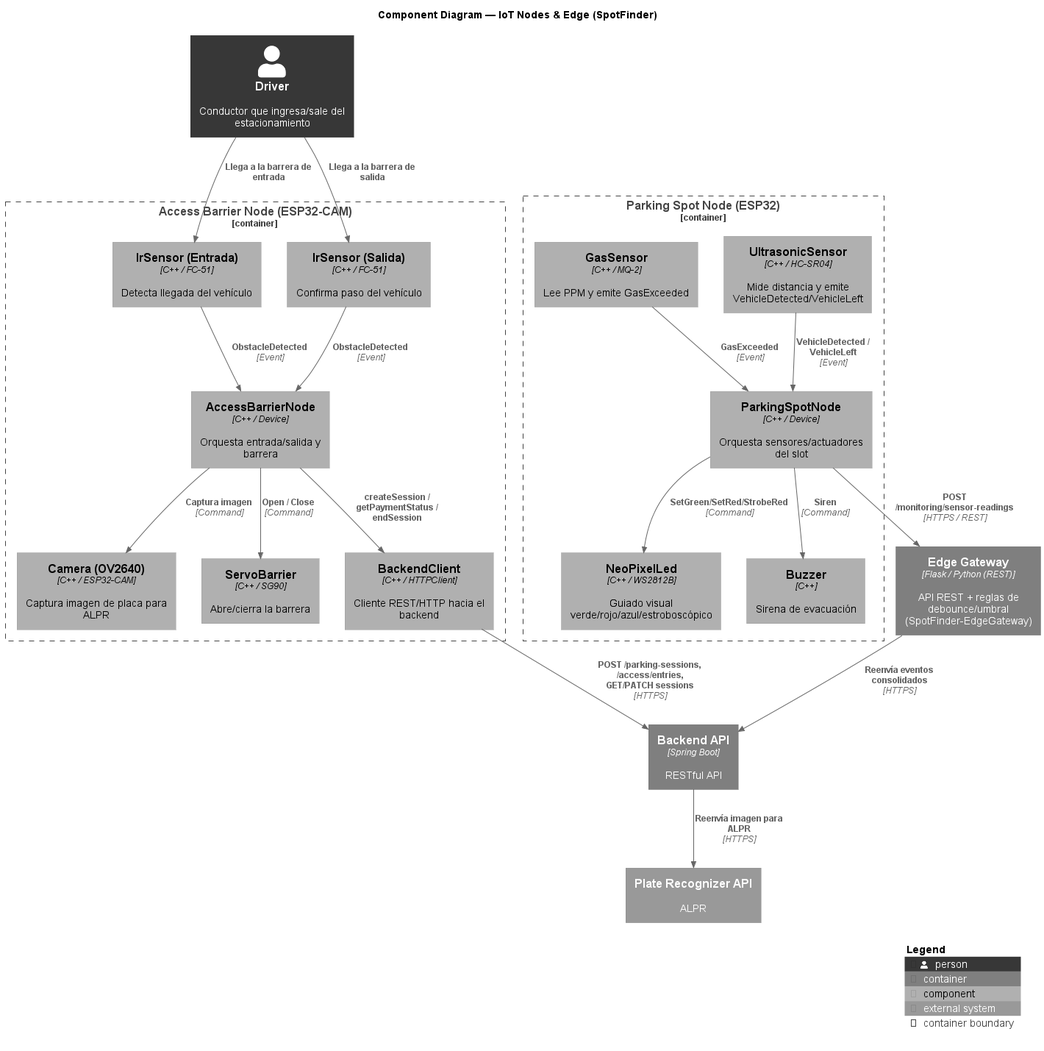
The PlantUML diagram assets/diagrams/c4/spotfinder-iot-component.png in ParkSenseIoT/SpotFinder-Report, before a commit.
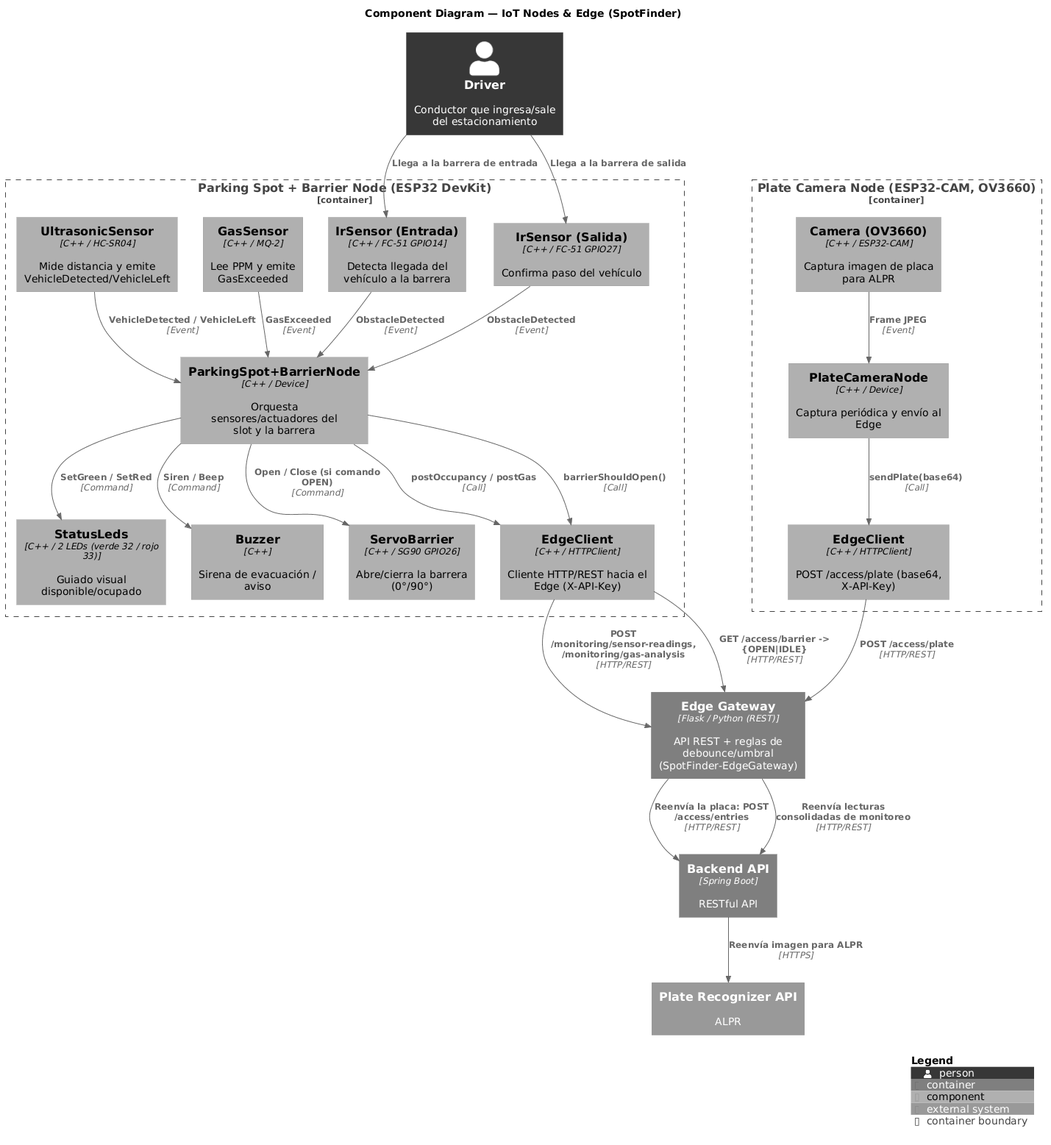
Above is the later version.

Commit message:
docs(report): update IoT section to Opcion A (split camera/barrier nodes)

What changed in the source:
```diff
@@ -1,12 +1,10 @@
-@startuml spotfinder-iot-component
+@startuml
 !include https://raw.githubusercontent.com/plantuml-stdlib/C4-PlantUML/master/C4_Context.puml
 !include https://raw.githubusercontent.com/plantuml-stdlib/C4-PlantUML/master/C4_Container.puml
 !include https://raw.githubusercontent.com/plantuml-stdlib/C4-PlantUML/master/C4_Component.puml
 skinparam monochrome true
 skinparam shadowing false
 skinparam defaultFontName Arial
-skinparam Handwritten false
-skinparam Padding 2
 
 title Component Diagram — IoT Nodes & Edge (SpotFinder)
 
@@ -15,21 +13,22 @@
 Container(backend, "Backend API", "Spring Boot", "RESTful API")
 System_Ext(plateRecognizer, "Plate Recognizer API", "ALPR", $tags="External")
 
-Container_Boundary(spotNode, "Parking Spot Node (ESP32)") {
+Container_Boundary(spotNode, "Parking Spot + Barrier Node (ESP32 DevKit)") {
   Component(ultrasonic, "UltrasonicSensor", "C++ / HC-SR04", "Mide distancia y emite VehicleDetected/VehicleLeft")
-  Component(neopixel, "NeoPixelLed", "C++ / WS2812B", "Guiado visual verde/rojo/azul/estroboscópico")
+  Component(statusLeds, "StatusLeds", "C++ / 2 LEDs (verde 32 / rojo 33)", "Guiado visual disponible/ocupado")
   Component(gas, "GasSensor", "C++ / MQ-2", "Lee PPM y emite GasExceeded")
-  Component(buzzer, "Buzzer", "C++", "Sirena de evacuación")
-  Component(spotLogic, "ParkingSpotNode", "C++ / Device", "Orquesta sensores/actuadores del slot")
+  Component(buzzer, "Buzzer", "C++", "Sirena de evacuación / aviso")
+  Component(irIn, "IrSensor (Entrada)", "C++ / FC-51 GPIO14", "Detecta llegada del vehículo a la barrera")
+  Component(irOut, "IrSensor (Salida)", "C++ / FC-51 GPIO27", "Confirma paso del vehículo")
+  Component(servo, "ServoBarrier", "C++ / SG90 GPIO26", "Abre/cierra la barrera (0°/90°)")
+  Component(spotLogic, "ParkingSpot+BarrierNode", "C++ / Device", "Orquesta sensores/actuadores del slot y la barrera")
+  Component(edgeClient, "EdgeClient", "C++ / HTTPClient", "Cliente HTTP/REST hacia el Edge (X-API-Key)")
 }
 
-Container_Boundary(barrierNode, "Access Barrier Node (ESP32-CAM)") {
-  Component(irIn, "IrSensor (Entrada)", "C++ / FC-51", "Detecta llegada del vehículo")
-  Component(irOut, "IrSensor (Salida)", "C++ / FC-51", "Confirma paso del vehículo")
-  Component(camera, "Camera (OV2640)", "C++ / ESP32-CAM", "Captura imagen de placa para ALPR")
-  Component(servo, "ServoBarrier", "C++ / SG90", "Abre/cierra la barrera")
-  Component(barrierLogic, "AccessBarrierNode", "C++ / Device", "Orquesta entrada/salida y barrera")
-  Component(backendClient, "BackendClient", "C++ / HTTPClient", "Cliente REST/HTTP hacia el backend")
+Container_Boundary(cameraNode, "Plate Camera Node (ESP32-CAM, OV3660)") {
+  Component(camera, "Camera (OV3660)", "C++ / ESP32-CAM", "Captura imagen de placa para ALPR")
+  Component(camLogic, "PlateCameraNode", "C++ / Device", "Captura periódica y envío al Edge")
+  Component(camEdgeClient, "EdgeClient", "C++ / HTTPClient", "POST /access/plate (base64, X-API-Key)")
 }
 
 Rel(driver, irIn, "Llega a la barrera de entrada")
@@ -37,18 +36,23 @@
 
 Rel(ultrasonic, spotLogic, "VehicleDetected / VehicleLeft", "Event")
 Rel(gas, spotLogic, "GasExceeded", "Event")
-Rel(spotLogic, neopixel, "SetGreen/SetRed/StrobeRed", "Command")
-Rel(spotLogic, buzzer, "Siren", "Command")
-Rel(spotLogic, edge, "POST /monitoring/sensor-readings", "HTTPS / REST")
+Rel(spotLogic, statusLeds, "SetGreen / SetRed", "Command")
+Rel(spotLogic, buzzer, "Siren / Beep", "Command")
+Rel(spotLogic, edgeClient, "postOccupancy / postGas", "Call")
+Rel(edgeClient, edge, "POST /monitoring/sensor-readings, /monitoring/gas-analysis", "HTTP/REST")
 
-Rel(irIn, barrierLogic, "ObstacleDetected", "Event")
-Rel(irOut, barrierLogic, "ObstacleDetected", "Event")
-Rel(barrierLogic, camera, "Captura imagen", "Command")
-Rel(barrierLogic, servo, "Open / Close", "Command")
-Rel(barrierLogic, backendClient, "createSession / getPaymentStatus / endSession")
-Rel(backendClient, backend, "POST /parking-sessions, /access/entries, GET/PATCH sessions", "HTTPS")
+Rel(camera, camLogic, "Frame JPEG", "Event")
+Rel(camLogic, camEdgeClient, "sendPlate(base64)", "Call")
+Rel(camEdgeClient, edge, "POST /access/plate", "HTTP/REST")
+Rel(edge, backend, "Reenvía la placa: POST /access/entries", "HTTP/REST")
 Rel(backend, plateRecognizer, "Reenvía imagen para ALPR", "HTTPS")
-Rel(edge, backend, "Reenvía eventos consolidados", "HTTPS")
+
+Rel(irIn, spotLogic, "ObstacleDetected", "Event")
+Rel(irOut, spotLogic, "ObstacleDetected", "Event")
+Rel(spotLogic, edgeClient, "barrierShouldOpen()", "Call")
+Rel(edgeClient, edge, "GET /access/barrier -> {OPEN|IDLE}", "HTTP/REST")
+Rel(spotLogic, servo, "Open / Close (si comando OPEN)", "Command")
+Rel(edge, backend, "Reenvía lecturas consolidadas de monitoreo", "HTTP/REST")
 
 SHOW_LEGEND()
 @enduml
```
